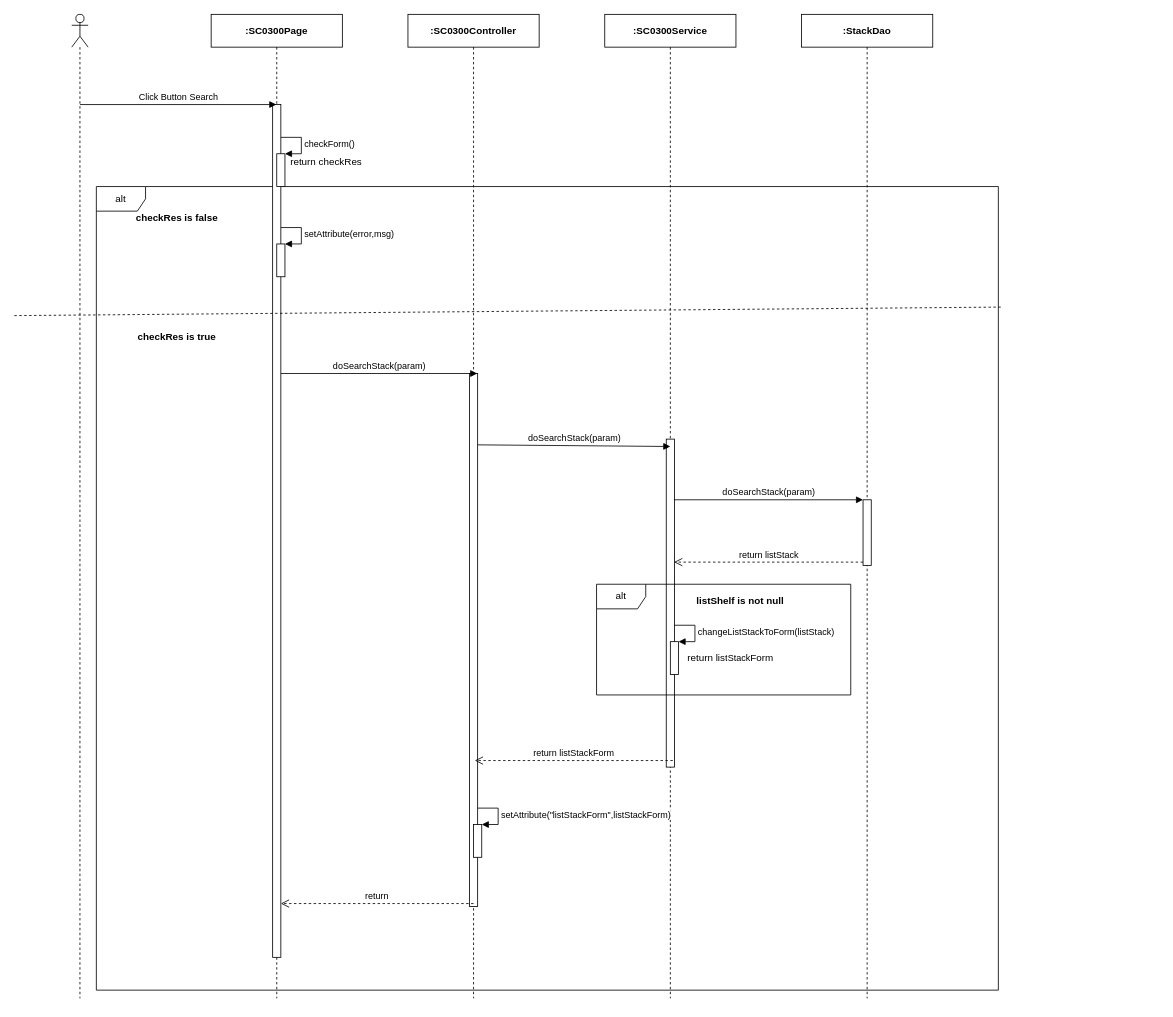
Before: page "Ev02" (2 of 4) of Users/LuanNM/SEQ Diagram Review/sc03/SC0300_StackManage.drawio in luannmdev/CapstoneDocument, a draw.io diagram. Source tidied: cells renumbered, new cells numbered last; positions are measured from the earlier drawing's top-left corner, leaving out a move shared by most shapes. Both pictures are drawn from the tidied source at 82%, with x=0, y=0 at pixel (14, 14).
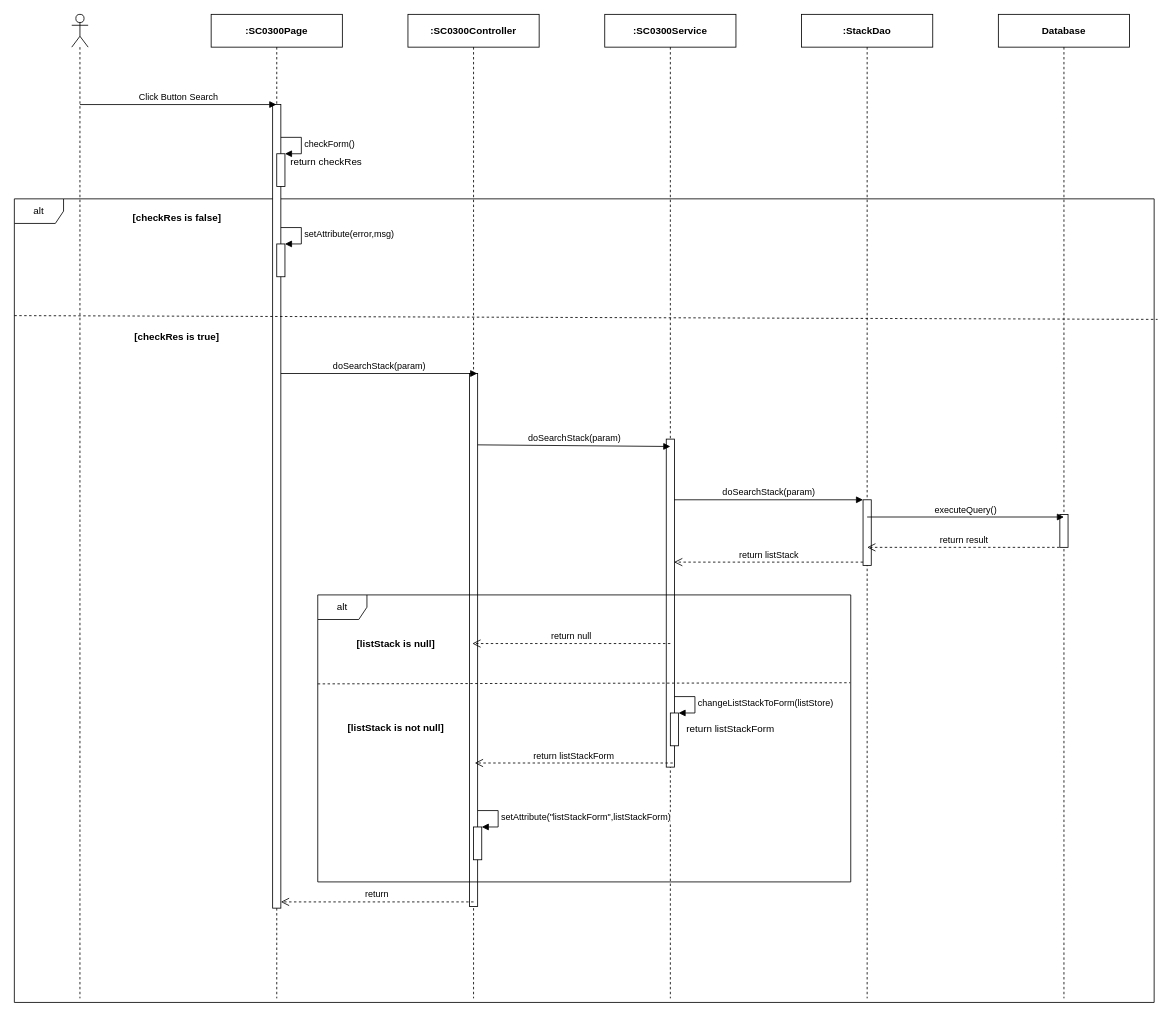
The same diagram, later.

Unchanged cells that the change refers to:
```xml
<mxCell id="4" value="&lt;b&gt;:SC0300Page&lt;/b&gt;" style="shape=umlLifeline;perimeter=lifelinePerimeter;whiteSpace=wrap;html=1;outlineConnect=0;" parent="1" vertex="1">
  <mxGeometry x="240" width="160" height="1200" as="geometry" />
</mxCell>
<mxCell id="10" value="&lt;b&gt;:SC0300Controller&lt;/b&gt;" style="shape=umlLifeline;perimeter=lifelinePerimeter;whiteSpace=wrap;html=1;" parent="1" vertex="1">
  <mxGeometry x="480" width="160" height="1200" as="geometry" />
</mxCell>
```

What changed in the source:
```diff
@@
     <mxCell id="2" value="alt" style="shape=umlFrame;whiteSpace=wrap;html=1;" parent="1" vertex="1">
-      <mxGeometry x="100" y="210" width="1100" height="980" as="geometry" />
+      <mxGeometry y="225" width="1390" height="980" as="geometry" />
     </mxCell>
@@
     <mxCell id="5" style="html=1;perimeter=orthogonalPerimeter;" parent="4" vertex="1">
-      <mxGeometry x="75" y="110" width="10" height="1040" as="geometry" />
+      <mxGeometry x="75" y="110" width="10" height="980" as="geometry" />
     </mxCell>
@@
-    <mxCell id="12" style="html=1;points=[];perimeter=orthogonalPerimeter;" parent="10" vertex="1">
-      <mxGeometry x="80" y="988" width="10" height="40" as="geometry" />
-    </mxCell>
-    <mxCell id="13" value="setAttribute(&quot;listStackForm&quot;,&lt;span style=&quot;text-align: center&quot;&gt;list&lt;/span&gt;Stack&lt;span style=&quot;text-align: center&quot;&gt;Form&lt;/span&gt;)" style="edgeStyle=orthogonalEdgeStyle;html=1;align=left;spacingLeft=2;endArrow=block;rounded=0;entryX=1;entryY=0;" parent="10" edge="1" target="12">
-      <mxGeometry relative="1" as="geometry">
-        <mxPoint x="85" y="968" as="sourcePoint" />
-        <Array as="points">
-          <mxPoint x="110" y="968" />
-        </Array>
-      </mxGeometry>
-    </mxCell>
@@
-    <mxCell id="17" value="return list&lt;span style=&quot;text-align: left&quot;&gt;Stack&lt;/span&gt;Form" style="html=1;verticalAlign=bottom;endArrow=open;dashed=1;endSize=8;" parent="1" edge="1">
-      <mxGeometry relative="1" as="geometry">
-        <mxPoint x="803" y="910" as="sourcePoint" />
-        <mxPoint x="561.5" y="910" as="targetPoint" />
-      </mxGeometry>
-    </mxCell>
-    <mxCell id="18" value="return" style="html=1;verticalAlign=bottom;endArrow=open;dashed=1;endSize=8;" parent="1" edge="1">
-      <mxGeometry relative="1" as="geometry">
-        <mxPoint x="560" y="1084.4" as="sourcePoint" />
-        <mxPoint x="325" y="1084.4" as="targetPoint" />
-      </mxGeometry>
-    </mxCell>
@@
-    <mxCell id="21" value="alt" style="shape=umlFrame;whiteSpace=wrap;html=1;" parent="1" vertex="1">
-      <mxGeometry x="710" y="695" width="310" height="135" as="geometry" />
-    </mxCell>
-    <mxCell id="22" value="listShelf is not null" style="text;html=1;align=center;verticalAlign=middle;fontStyle=1;" parent="1" vertex="1">
-      <mxGeometry x="825" y="705" width="120" height="20" as="geometry" />
-    </mxCell>
-    <mxCell id="23" style="html=1;points=[];perimeter=orthogonalPerimeter;" parent="1" vertex="1">
-      <mxGeometry x="800" y="765" width="10" height="40" as="geometry" />
-    </mxCell>
-    <mxCell id="24" value="changeListStackToForm(listStack)" style="edgeStyle=orthogonalEdgeStyle;html=1;align=left;spacingLeft=2;endArrow=block;rounded=0;entryX=1;entryY=0;" parent="1" edge="1" target="23">
-      <mxGeometry relative="1" as="geometry">
-        <mxPoint x="805" y="745" as="sourcePoint" />
-        <Array as="points">
-          <mxPoint x="830" y="745" />
-        </Array>
-      </mxGeometry>
-    </mxCell>
-    <mxCell id="25" value="return list&lt;span style=&quot;font-size: 11px ; text-align: left ; background-color: rgb(255 , 255 , 255)&quot;&gt;Stack&lt;/span&gt;Form" style="text;html=1;align=center;verticalAlign=middle;" parent="1" vertex="1">
-      <mxGeometry x="813" y="775" width="120" height="20" as="geometry" />
-    </mxCell>
@@
-    <mxCell id="29" value="&lt;b&gt;checkRes is false&lt;/b&gt;" style="text;html=1;align=center;verticalAlign=middle;" parent="1" vertex="1">
+    <mxCell id="29" value="&lt;b&gt;[checkRes is false]&lt;/b&gt;" style="text;html=1;align=center;verticalAlign=middle;" parent="1" vertex="1">
       <mxGeometry x="137.5" y="238" width="120" height="20" as="geometry" />
     </mxCell>
@@
-    <mxCell id="33" value="&lt;b&gt;checkRes is true&lt;/b&gt;" style="text;html=1;align=center;verticalAlign=middle;" parent="1" vertex="1">
-      <mxGeometry x="142.5" y="384" width="110" height="20" as="geometry" />
+    <mxCell id="33" value="&lt;b&gt;[checkRes is true]&lt;/b&gt;" style="text;html=1;align=center;verticalAlign=middle;" parent="1" vertex="1">
+      <mxGeometry x="137.5" y="384" width="120" height="20" as="geometry" />
     </mxCell>
+    <mxCell id="34" value="&lt;b&gt;Database&lt;/b&gt;" style="shape=umlLifeline;perimeter=lifelinePerimeter;whiteSpace=wrap;html=1;" parent="1" vertex="1">
+      <mxGeometry x="1200" width="160" height="1200" as="geometry" />
+    </mxCell>
+    <mxCell id="35" style="html=1;perimeter=orthogonalPerimeter;" parent="34" vertex="1">
+      <mxGeometry x="75" y="610" width="10" height="40" as="geometry" />
+    </mxCell>
+    <mxCell id="36" value="executeQuery()" style="html=1;verticalAlign=bottom;endArrow=block;" parent="1" edge="1">
+      <mxGeometry relative="1" as="geometry">
+        <mxPoint x="1040" y="613" as="sourcePoint" />
+        <mxPoint x="1280" y="613" as="targetPoint" />
+      </mxGeometry>
+    </mxCell>
+    <mxCell id="37" value="return result" style="html=1;verticalAlign=bottom;endArrow=open;dashed=1;endSize=8;" parent="1" edge="1">
+      <mxGeometry relative="1" as="geometry">
+        <mxPoint x="1274.5" y="650" as="sourcePoint" />
+        <mxPoint x="1040" y="650" as="targetPoint" />
+      </mxGeometry>
+    </mxCell>
+    <mxCell id="18" value="return" style="html=1;verticalAlign=bottom;endArrow=open;dashed=1;endSize=8;" parent="1" edge="1">
+      <mxGeometry relative="1" as="geometry">
+        <mxPoint x="560" y="1082.4" as="sourcePoint" />
+        <mxPoint x="325" y="1082.4" as="targetPoint" />
+      </mxGeometry>
+    </mxCell>
+    <mxCell id="21" value="alt" style="shape=umlFrame;whiteSpace=wrap;html=1;" parent="1" vertex="1">
+      <mxGeometry x="370" y="708" width="650" height="350" as="geometry" />
+    </mxCell>
+    <mxCell id="38" style="html=1;points=[];perimeter=orthogonalPerimeter;" parent="1" vertex="1">
+      <mxGeometry x="560" y="991" width="10" height="40" as="geometry" />
+    </mxCell>
+    <mxCell id="39" value="setAttribute(&quot;listStackForm&quot;,&lt;span style=&quot;text-align: center&quot;&gt;listStackForm&lt;/span&gt;)" style="edgeStyle=orthogonalEdgeStyle;html=1;align=left;spacingLeft=2;endArrow=block;rounded=0;entryX=1;entryY=0;" parent="1" edge="1" target="38">
+      <mxGeometry relative="1" as="geometry">
+        <mxPoint x="565" y="971" as="sourcePoint" />
+        <Array as="points">
+          <mxPoint x="590" y="971" />
+        </Array>
+      </mxGeometry>
+    </mxCell>
+    <mxCell id="40" value="return listStackForm" style="html=1;verticalAlign=bottom;endArrow=open;dashed=1;endSize=8;" parent="1" edge="1">
+      <mxGeometry relative="1" as="geometry">
+        <mxPoint x="803" y="913" as="sourcePoint" />
+        <mxPoint x="561.5" y="913" as="targetPoint" />
+      </mxGeometry>
+    </mxCell>
+    <mxCell id="41" style="html=1;points=[];perimeter=orthogonalPerimeter;" parent="1" vertex="1">
+      <mxGeometry x="800" y="852" width="10" height="40" as="geometry" />
+    </mxCell>
+    <mxCell id="42" value="changeListStackToForm(listStore)" style="edgeStyle=orthogonalEdgeStyle;html=1;align=left;spacingLeft=2;endArrow=block;rounded=0;entryX=1;entryY=0;" parent="1" edge="1" target="41">
+      <mxGeometry relative="1" as="geometry">
+        <mxPoint x="805" y="832" as="sourcePoint" />
+        <Array as="points">
+          <mxPoint x="830" y="832" />
+        </Array>
+      </mxGeometry>
+    </mxCell>
+    <mxCell id="43" value="return listStackForm" style="text;html=1;align=center;verticalAlign=middle;" parent="1" vertex="1">
+      <mxGeometry x="813" y="862" width="120" height="20" as="geometry" />
+    </mxCell>
+    <mxCell id="44" value="[listStack is not null]" style="text;html=1;align=center;verticalAlign=middle;fontStyle=1;" parent="1" vertex="1">
+      <mxGeometry x="400" y="861" width="130" height="20" as="geometry" />
+    </mxCell>
+    <mxCell id="45" value="return null" style="html=1;verticalAlign=bottom;endArrow=open;dashed=1;endSize=8;" parent="1" edge="1">
+      <mxGeometry relative="1" as="geometry">
+        <mxPoint x="800" y="767.3" as="sourcePoint" />
+        <mxPoint x="558.5" y="767.3" as="targetPoint" />
+      </mxGeometry>
+    </mxCell>
+    <mxCell id="46" style="endArrow=none;dashed=1;html=1;exitX=0;exitY=0.31;exitDx=0;exitDy=0;exitPerimeter=0;entryX=0.999;entryY=0.306;entryDx=0;entryDy=0;entryPerimeter=0;" parent="1" edge="1" source="21" target="21">
+      <mxGeometry relative="1" as="geometry" />
+    </mxCell>
+    <mxCell id="47" value="[listStack is null]" style="text;html=1;align=center;verticalAlign=middle;fontStyle=1;" parent="1" vertex="1">
+      <mxGeometry x="410" y="758" width="110" height="20" as="geometry" />
+    </mxCell>
```
